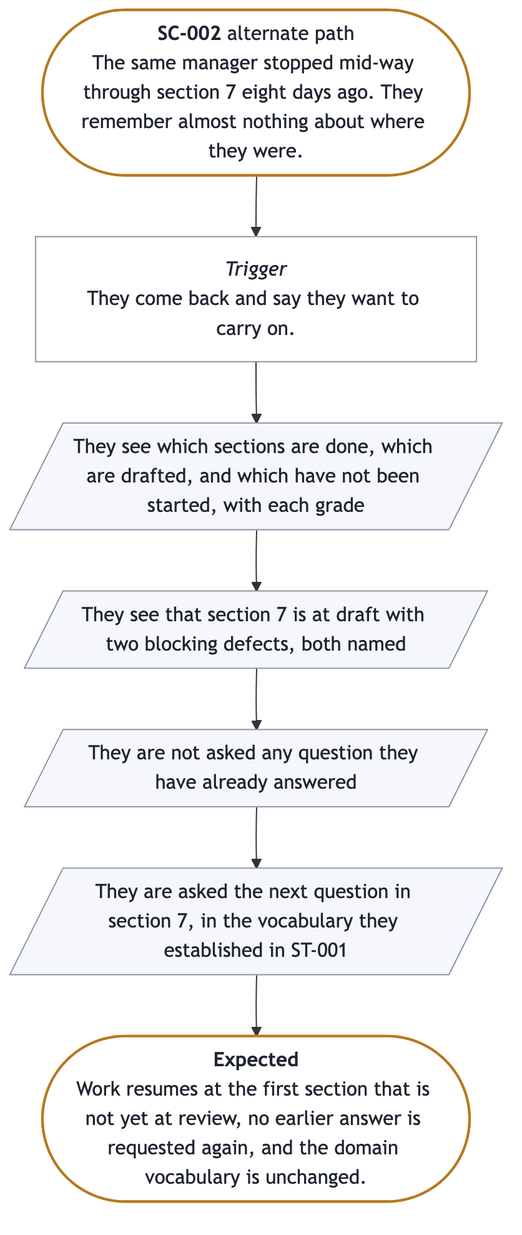
Before: docs/prd/prd-forge/diagrams/SC-002.png, a diagram exported from Mermaid (SpillwaveSolutions/prd-forge). Its source is kept beside it as docs/prd/prd-forge/diagrams/SC-002.mmd.
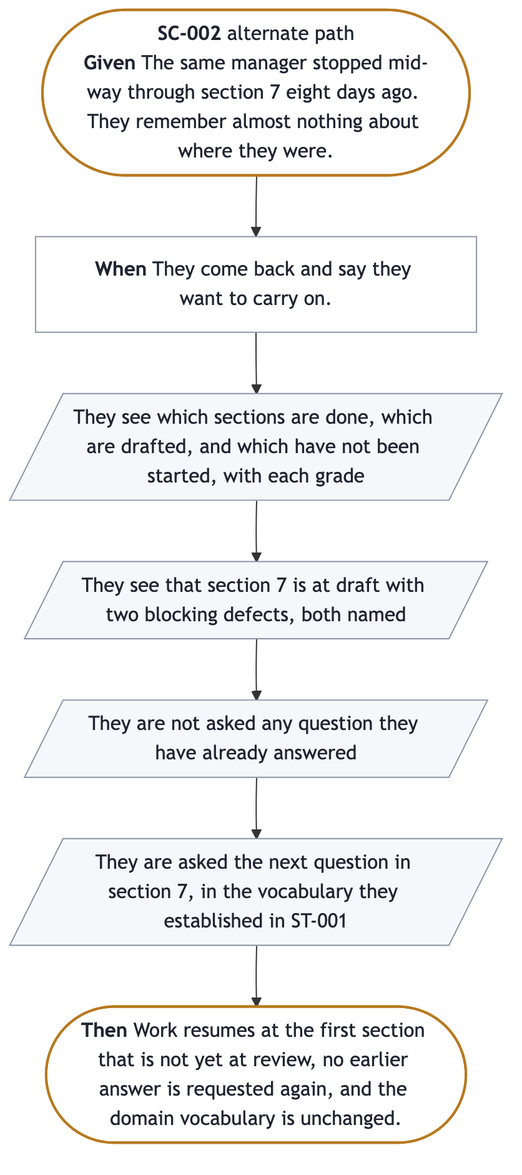
After the change.

The edit, as a diff of the source:
```diff
@@ -1,12 +1,12 @@
 %%{init: {"flowchart": {"wrappingWidth": 300}}}%%
 flowchart TB
-  start(["<b>SC-002</b> alternate path<br/>The same manager stopped mid-way through section 7 eight days ago. They remember almost nothing about where they were."])
-  trigger["<i>Trigger</i><br/>They come back and say they want to carry on."]
+  start(["<b>SC-002</b> alternate path<br/><b>Given</b> The same manager stopped mid-way through section 7 eight days ago. They remember almost nothing about where they were."])
+  trigger["<b>When</b> They come back and say they want to carry on."]
   s0[/"They see which sections are done, which are drafted, and which have not been started, with each grade"/]
   s1[/"They see that section 7 is at draft with two blocking defects, both named"/]
   s2[/"They are not asked any question they have already answered"/]
   s3[/"They are asked the next question in section 7, in the vocabulary they established in ST-001"/]
-  done(["<b>Expected</b><br/>Work resumes at the first section that is not yet at review, no earlier answer is requested again, and the domain vocabulary is unchanged."])
+  done(["<b>Then</b> Work resumes at the first section that is not yet at review, no earlier answer is requested again, and the domain vocabulary is unchanged."])
   start --> trigger --> s0 --> s1 --> s2 --> s3 --> done
   classDef ends fill:#FFFFFF,stroke:#B7791F,stroke-width:2px,color:#1F2430
   classDef sees fill:#F5F7FA,stroke:#8A94A6,color:#1F2430
```
